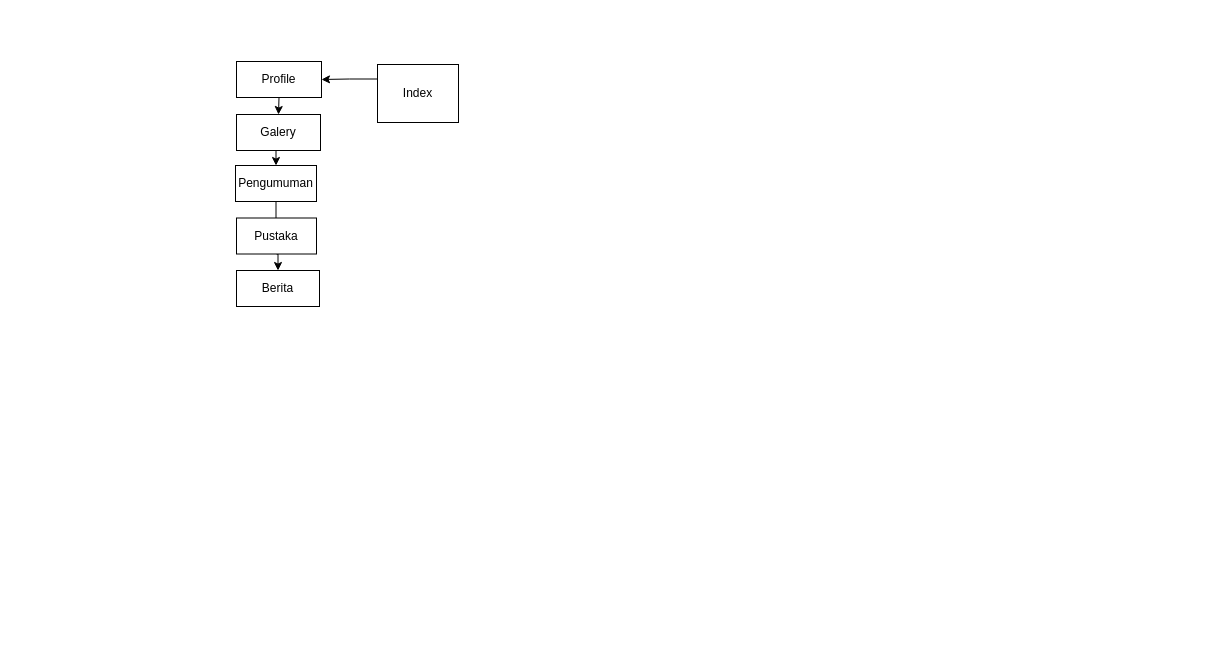
The draw.io diagram page "Page-1" (1 of 2) of Untitled Diagram.drawio in aldonicolaz/siakad-petrus, before the edit. Source tidied: cells renumbered, new cells numbered last; positions are measured from the earlier drawing's top-left corner, leaving out a move shared by most shapes. Both pictures are drawn from the tidied source at 100%, with x=0, y=0 at pixel (235, 61).
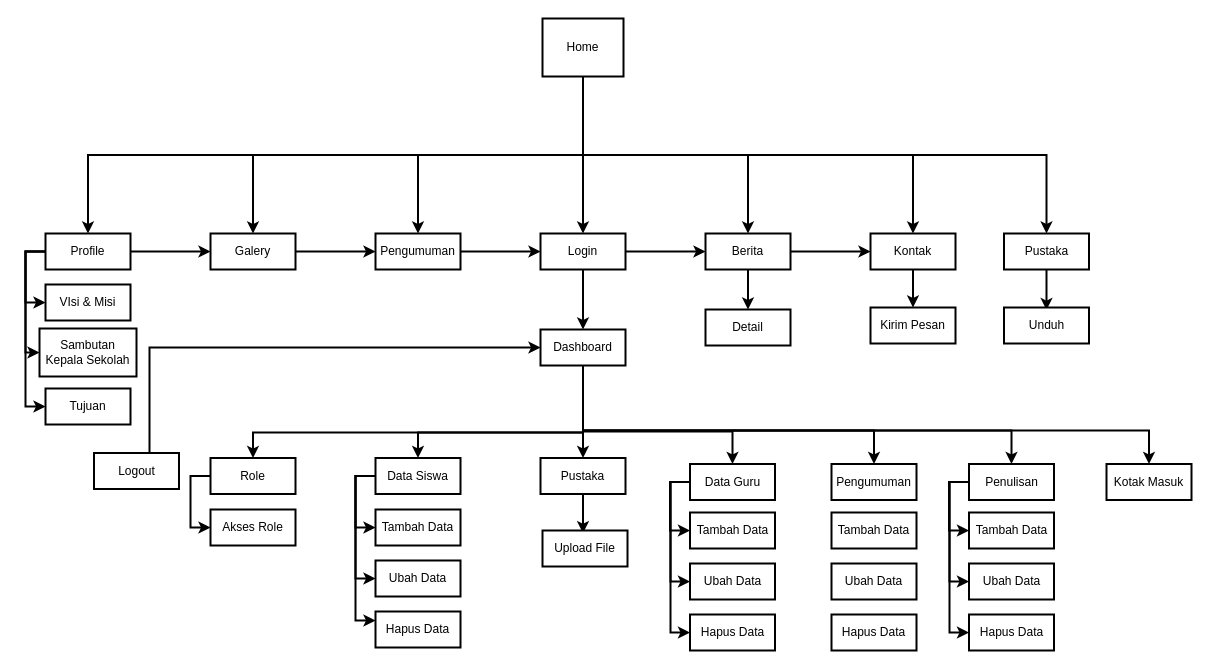
The same page after the edit.

Diff of the diagram source:
```diff
@@
-    <mxCell id="2" style="edgeStyle=orthogonalEdgeStyle;rounded=0;jettySize=auto;html=1;exitX=0;exitY=0.25;exitDx=0;exitDy=0;entryX=1;entryY=0.5;entryDx=0;entryDy=0;" parent="1" edge="1" source="3" target="5">
+    <mxCell id="2" style="edgeStyle=orthogonalEdgeStyle;rounded=0;jettySize=auto;html=1;entryX=0.5;entryY=0;entryDx=0;entryDy=0;exitX=0.5;exitY=1;exitDx=0;exitDy=0;strokeWidth=2;" parent="1" edge="1" source="3" target="5">
       <mxGeometry relative="1" as="geometry" />
     </mxCell>
+    <mxCell id="13" style="edgeStyle=orthogonalEdgeStyle;rounded=0;jettySize=auto;html=1;exitX=0.5;exitY=1;exitDx=0;exitDy=0;strokeWidth=2;" parent="1" edge="1" source="3" target="7">
+      <mxGeometry relative="1" as="geometry" />
+    </mxCell>
+    <mxCell id="14" style="edgeStyle=orthogonalEdgeStyle;rounded=0;jettySize=auto;html=1;entryX=0.5;entryY=0;entryDx=0;entryDy=0;exitX=0.5;exitY=1;exitDx=0;exitDy=0;strokeWidth=2;" parent="1" edge="1" source="3" target="24">
+      <mxGeometry relative="1" as="geometry" />
+    </mxCell>
+    <mxCell id="15" style="edgeStyle=orthogonalEdgeStyle;rounded=0;jettySize=auto;html=1;exitX=0.5;exitY=1;exitDx=0;exitDy=0;strokeWidth=2;" parent="1" edge="1" source="3" target="12">
+      <mxGeometry relative="1" as="geometry" />
+    </mxCell>
+    <mxCell id="16" style="edgeStyle=orthogonalEdgeStyle;rounded=0;jettySize=auto;html=1;exitX=0.5;exitY=1;exitDx=0;exitDy=0;strokeWidth=2;" parent="1" edge="1" source="3" target="36">
+      <mxGeometry relative="1" as="geometry" />
+    </mxCell>
+    <mxCell id="17" style="edgeStyle=orthogonalEdgeStyle;rounded=0;jettySize=auto;html=1;entryX=0.5;entryY=0;entryDx=0;entryDy=0;exitX=0.5;exitY=1;exitDx=0;exitDy=0;strokeWidth=2;" parent="1" edge="1" source="3" target="38">
+      <mxGeometry relative="1" as="geometry" />
+    </mxCell>
+    <mxCell id="18" style="edgeStyle=orthogonalEdgeStyle;rounded=0;jettySize=auto;html=1;strokeWidth=2;" parent="1" edge="1" source="3" target="80">
+      <mxGeometry relative="1" as="geometry" />
+    </mxCell>
-    <mxCell id="3" value="Index" style="rounded=0;whiteSpace=wrap;html=1;" parent="1" vertex="1">
-      <mxGeometry x="142" y="3" width="81" height="58" as="geometry" />
+    <mxCell id="3" value="Home" style="rounded=0;whiteSpace=wrap;html=1;strokeWidth=2;" parent="1" vertex="1">
+      <mxGeometry x="307" y="-43" width="81" height="58" as="geometry" />
     </mxCell>
-    <mxCell id="4" style="edgeStyle=orthogonalEdgeStyle;rounded=0;jettySize=auto;html=1;exitX=0.5;exitY=1;exitDx=0;exitDy=0;entryX=0.5;entryY=0;entryDx=0;entryDy=0;" parent="1" edge="1" source="5" target="7">
+    <mxCell id="4" style="edgeStyle=orthogonalEdgeStyle;rounded=0;jettySize=auto;html=1;entryX=0;entryY=0.5;entryDx=0;entryDy=0;strokeWidth=2;" parent="1" edge="1" source="5" target="7">
       <mxGeometry relative="1" as="geometry" />
     </mxCell>
+    <mxCell id="19" style="edgeStyle=orthogonalEdgeStyle;rounded=0;jettySize=auto;html=1;entryX=0;entryY=0.5;entryDx=0;entryDy=0;exitX=0;exitY=0.5;exitDx=0;exitDy=0;strokeWidth=2;" parent="1" edge="1" source="5" target="39">
+      <mxGeometry relative="1" as="geometry" />
+    </mxCell>
+    <mxCell id="20" style="edgeStyle=orthogonalEdgeStyle;rounded=0;jettySize=auto;html=1;exitX=0;exitY=0.5;exitDx=0;exitDy=0;entryX=0;entryY=0.5;entryDx=0;entryDy=0;strokeWidth=2;" parent="1" edge="1" source="5" target="40">
+      <mxGeometry relative="1" as="geometry" />
+    </mxCell>
+    <mxCell id="21" style="edgeStyle=orthogonalEdgeStyle;rounded=0;jettySize=auto;html=1;exitX=0;exitY=0.5;exitDx=0;exitDy=0;entryX=0;entryY=0.5;entryDx=0;entryDy=0;strokeWidth=2;" parent="1" edge="1" source="5" target="41">
+      <mxGeometry relative="1" as="geometry" />
+    </mxCell>
-    <mxCell id="5" value="Profile" style="rounded=0;whiteSpace=wrap;html=1;" parent="1" vertex="1">
-      <mxGeometry x="1" width="85" height="36" as="geometry" />
+    <mxCell id="5" value="Profile" style="rounded=0;whiteSpace=wrap;html=1;strokeWidth=2;" parent="1" vertex="1">
+      <mxGeometry x="-190" y="172" width="85" height="36" as="geometry" />
     </mxCell>
-    <mxCell id="6" style="edgeStyle=orthogonalEdgeStyle;rounded=0;jettySize=auto;html=1;exitX=0.5;exitY=1;exitDx=0;exitDy=0;entryX=0.5;entryY=0;entryDx=0;entryDy=0;" parent="1" edge="1" source="7" target="9">
-      <mxGeometry relative="1" as="geometry" />
-    </mxCell>
+    <mxCell id="22" style="edgeStyle=orthogonalEdgeStyle;rounded=0;jettySize=auto;html=1;strokeWidth=2;" parent="1" edge="1" source="7" target="24">
+      <mxGeometry relative="1" as="geometry" />
+    </mxCell>
-    <mxCell id="7" value="Galery" style="rounded=0;whiteSpace=wrap;html=1;" parent="1" vertex="1">
-      <mxGeometry x="1" y="53" width="84" height="36" as="geometry" />
+    <mxCell id="7" value="Galery" style="rounded=0;whiteSpace=wrap;html=1;strokeWidth=2;" parent="1" vertex="1">
+      <mxGeometry x="-25" y="172" width="85" height="36" as="geometry" />
     </mxCell>
-    <mxCell id="8" style="edgeStyle=orthogonalEdgeStyle;rounded=0;jettySize=auto;html=1;exitX=0.5;exitY=1;exitDx=0;exitDy=0;" parent="1" edge="1" source="9" target="11">
-      <mxGeometry relative="1" as="geometry" />
-    </mxCell>
-    <mxCell id="9" value="Pengumuman" style="rounded=0;whiteSpace=wrap;html=1;" parent="1" vertex="1">
-      <mxGeometry y="104" width="81" height="36" as="geometry" />
-    </mxCell>
-    <mxCell id="10" style="edgeStyle=orthogonalEdgeStyle;rounded=0;jettySize=auto;html=1;exitX=0.5;exitY=1;exitDx=0;exitDy=0;entryX=0.5;entryY=0;entryDx=0;entryDy=0;" parent="1" edge="1" source="11" target="12">
-      <mxGeometry relative="1" as="geometry" />
-    </mxCell>
-    <mxCell id="11" value="Pustaka" style="rounded=0;whiteSpace=wrap;html=1;" parent="1" vertex="1">
-      <mxGeometry x="1" y="156.5" width="80" height="36" as="geometry" />
-    </mxCell>
+    <mxCell id="23" style="edgeStyle=orthogonalEdgeStyle;rounded=0;jettySize=auto;html=1;entryX=0;entryY=0.5;entryDx=0;entryDy=0;strokeWidth=2;" parent="1" edge="1" source="24" target="80">
+      <mxGeometry relative="1" as="geometry" />
+    </mxCell>
+    <mxCell id="24" value="Pengumuman" style="rounded=0;whiteSpace=wrap;html=1;strokeWidth=2;" parent="1" vertex="1">
+      <mxGeometry x="140" y="172" width="85" height="36" as="geometry" />
+    </mxCell>
+    <mxCell id="25" style="edgeStyle=orthogonalEdgeStyle;rounded=0;jettySize=auto;html=1;entryX=0.5;entryY=0;entryDx=0;entryDy=0;strokeWidth=2;" parent="1" edge="1" source="32" target="48">
+      <mxGeometry relative="1" as="geometry">
+        <Array as="points">
+          <mxPoint x="348" y="371" />
+          <mxPoint x="18" y="371" />
+        </Array>
+      </mxGeometry>
+    </mxCell>
+    <mxCell id="26" style="edgeStyle=orthogonalEdgeStyle;rounded=0;jettySize=auto;html=1;entryX=0.5;entryY=0;entryDx=0;entryDy=0;strokeWidth=2;" parent="1" edge="1" source="32" target="52">
+      <mxGeometry relative="1" as="geometry">
+        <Array as="points">
+          <mxPoint x="348" y="371" />
+          <mxPoint x="183" y="371" />
+        </Array>
+      </mxGeometry>
+    </mxCell>
+    <mxCell id="27" style="edgeStyle=orthogonalEdgeStyle;rounded=0;jettySize=auto;html=1;strokeWidth=2;" parent="1" edge="1" source="32" target="54">
+      <mxGeometry relative="1" as="geometry" />
+    </mxCell>
+    <mxCell id="28" style="edgeStyle=orthogonalEdgeStyle;rounded=0;jettySize=auto;html=1;strokeWidth=2;" parent="1" edge="1" source="32" target="58">
+      <mxGeometry relative="1" as="geometry">
+        <Array as="points">
+          <mxPoint x="348" y="370" />
+          <mxPoint x="497" y="370" />
+        </Array>
+      </mxGeometry>
+    </mxCell>
+    <mxCell id="29" style="edgeStyle=orthogonalEdgeStyle;rounded=0;jettySize=auto;html=1;entryX=0.5;entryY=0;entryDx=0;entryDy=0;strokeWidth=2;" parent="1" edge="1" source="32" target="59">
+      <mxGeometry relative="1" as="geometry">
+        <Array as="points">
+          <mxPoint x="348" y="369" />
+          <mxPoint x="639" y="369" />
+        </Array>
+      </mxGeometry>
+    </mxCell>
+    <mxCell id="30" style="edgeStyle=orthogonalEdgeStyle;rounded=0;jettySize=auto;html=1;entryX=0.5;entryY=0;entryDx=0;entryDy=0;strokeWidth=2;" parent="1" edge="1" source="32" target="63">
+      <mxGeometry relative="1" as="geometry">
+        <Array as="points">
+          <mxPoint x="348" y="369" />
+          <mxPoint x="776" y="369" />
+        </Array>
+      </mxGeometry>
+    </mxCell>
+    <mxCell id="31" style="edgeStyle=orthogonalEdgeStyle;rounded=0;jettySize=auto;html=1;entryX=0.5;entryY=0;entryDx=0;entryDy=0;strokeWidth=2;" parent="1" edge="1" source="32" target="64">
+      <mxGeometry relative="1" as="geometry">
+        <Array as="points">
+          <mxPoint x="348" y="369" />
+          <mxPoint x="914" y="369" />
+        </Array>
+      </mxGeometry>
+    </mxCell>
+    <mxCell id="32" value="Dashboard" style="rounded=0;whiteSpace=wrap;html=1;strokeWidth=2;" parent="1" vertex="1">
+      <mxGeometry x="305" y="268" width="85" height="36" as="geometry" />
+    </mxCell>
+    <mxCell id="33" style="edgeStyle=orthogonalEdgeStyle;rounded=0;jettySize=auto;html=1;strokeWidth=2;" parent="1" edge="1" source="12" target="36">
+      <mxGeometry relative="1" as="geometry" />
+    </mxCell>
+    <mxCell id="34" style="edgeStyle=orthogonalEdgeStyle;rounded=0;jettySize=auto;html=1;strokeWidth=2;" parent="1" edge="1" source="12" target="43">
+      <mxGeometry relative="1" as="geometry" />
+    </mxCell>
-    <mxCell id="12" value="Berita" style="rounded=0;whiteSpace=wrap;html=1;" parent="1" vertex="1">
-      <mxGeometry x="1" y="209" width="83" height="36" as="geometry" />
+    <mxCell id="12" value="Berita" style="rounded=0;whiteSpace=wrap;html=1;strokeWidth=2;" parent="1" vertex="1">
+      <mxGeometry x="470" y="172" width="85" height="36" as="geometry" />
     </mxCell>
+    <mxCell id="35" style="edgeStyle=orthogonalEdgeStyle;rounded=0;jettySize=auto;html=1;entryX=0.5;entryY=0;entryDx=0;entryDy=0;strokeWidth=2;" parent="1" edge="1" source="36" target="44">
+      <mxGeometry relative="1" as="geometry" />
+    </mxCell>
+    <mxCell id="36" value="Kontak" style="rounded=0;whiteSpace=wrap;html=1;strokeWidth=2;" parent="1" vertex="1">
+      <mxGeometry x="635" y="172" width="85" height="36" as="geometry" />
+    </mxCell>
+    <mxCell id="37" style="edgeStyle=orthogonalEdgeStyle;rounded=0;jettySize=auto;html=1;strokeWidth=2;" parent="1" edge="1" source="38">
+      <mxGeometry relative="1" as="geometry">
+        <mxPoint x="811" y="248.6" as="targetPoint" />
+      </mxGeometry>
+    </mxCell>
+    <mxCell id="38" value="Pustaka" style="rounded=0;whiteSpace=wrap;html=1;strokeWidth=2;" parent="1" vertex="1">
+      <mxGeometry x="768.5" y="172" width="85" height="36" as="geometry" />
+    </mxCell>
+    <mxCell id="39" value="VIsi &amp;amp; Misi" style="rounded=0;whiteSpace=wrap;html=1;strokeWidth=2;" parent="1" vertex="1">
+      <mxGeometry x="-190" y="223" width="85" height="36" as="geometry" />
+    </mxCell>
+    <mxCell id="40" value="Sambutan Kepala Sekolah" style="rounded=0;whiteSpace=wrap;html=1;strokeWidth=2;" parent="1" vertex="1">
+      <mxGeometry x="-196" y="267" width="97" height="48" as="geometry" />
+    </mxCell>
+    <mxCell id="41" value="Tujuan" style="rounded=0;whiteSpace=wrap;html=1;strokeWidth=2;" parent="1" vertex="1">
+      <mxGeometry x="-190" y="327" width="85" height="36" as="geometry" />
+    </mxCell>
+    <mxCell id="42" value="Unduh" style="rounded=0;whiteSpace=wrap;html=1;strokeWidth=2;" parent="1" vertex="1">
+      <mxGeometry x="768.5" y="246" width="85" height="36" as="geometry" />
+    </mxCell>
+    <mxCell id="43" value="Detail" style="rounded=0;whiteSpace=wrap;html=1;strokeWidth=2;" parent="1" vertex="1">
+      <mxGeometry x="470" y="248" width="85" height="36" as="geometry" />
+    </mxCell>
+    <mxCell id="44" value="Kirim Pesan" style="rounded=0;whiteSpace=wrap;html=1;strokeWidth=2;" parent="1" vertex="1">
+      <mxGeometry x="635" y="246" width="85" height="36" as="geometry" />
+    </mxCell>
+    <mxCell id="45" style="edgeStyle=orthogonalEdgeStyle;rounded=0;jettySize=auto;html=1;entryX=0;entryY=0.5;entryDx=0;entryDy=0;strokeWidth=2;" parent="1" edge="1" source="46" target="32">
+      <mxGeometry relative="1" as="geometry">
+        <Array as="points">
+          <mxPoint x="-86" y="286" />
+        </Array>
+      </mxGeometry>
+    </mxCell>
+    <mxCell id="46" value="Logout" style="rounded=0;whiteSpace=wrap;html=1;strokeWidth=2;" parent="1" vertex="1">
+      <mxGeometry x="-141.5" y="391.5" width="85" height="36" as="geometry" />
+    </mxCell>
+    <mxCell id="47" style="edgeStyle=orthogonalEdgeStyle;rounded=0;jettySize=auto;html=1;entryX=0;entryY=0.5;entryDx=0;entryDy=0;strokeWidth=2;exitX=0;exitY=0.5;exitDx=0;exitDy=0;" parent="1" edge="1" source="48" target="65">
+      <mxGeometry relative="1" as="geometry" />
+    </mxCell>
+    <mxCell id="48" value="Role" style="rounded=0;whiteSpace=wrap;html=1;strokeWidth=2;" parent="1" vertex="1">
+      <mxGeometry x="-25" y="396.5" width="85" height="36" as="geometry" />
+    </mxCell>
+    <mxCell id="49" style="edgeStyle=orthogonalEdgeStyle;rounded=0;jettySize=auto;html=1;entryX=0;entryY=0.5;entryDx=0;entryDy=0;exitX=0;exitY=0.5;exitDx=0;exitDy=0;strokeWidth=2;" parent="1" edge="1" source="52" target="66">
+      <mxGeometry relative="1" as="geometry" />
+    </mxCell>
+    <mxCell id="50" style="edgeStyle=orthogonalEdgeStyle;rounded=0;jettySize=auto;html=1;entryX=0;entryY=0.5;entryDx=0;entryDy=0;strokeWidth=2;" parent="1" edge="1" source="52" target="67">
+      <mxGeometry relative="1" as="geometry">
+        <Array as="points">
+          <mxPoint x="120" y="415" />
+          <mxPoint x="120" y="517" />
+        </Array>
+      </mxGeometry>
+    </mxCell>
+    <mxCell id="51" style="edgeStyle=orthogonalEdgeStyle;rounded=0;jettySize=auto;html=1;entryX=0;entryY=0.25;entryDx=0;entryDy=0;strokeWidth=2;" parent="1" edge="1" source="52" target="68">
+      <mxGeometry relative="1" as="geometry">
+        <Array as="points">
+          <mxPoint x="120" y="415" />
+          <mxPoint x="120" y="559" />
+        </Array>
+      </mxGeometry>
+    </mxCell>
+    <mxCell id="52" value="Data Siswa" style="rounded=0;whiteSpace=wrap;html=1;strokeWidth=2;" parent="1" vertex="1">
+      <mxGeometry x="140" y="396.5" width="85" height="36" as="geometry" />
+    </mxCell>
+    <mxCell id="53" style="edgeStyle=orthogonalEdgeStyle;rounded=0;jettySize=auto;html=1;strokeWidth=2;" parent="1" edge="1" source="54">
+      <mxGeometry relative="1" as="geometry">
+        <mxPoint x="347.5" y="471.7" as="targetPoint" />
+      </mxGeometry>
+    </mxCell>
+    <mxCell id="54" value="Pustaka" style="rounded=0;whiteSpace=wrap;html=1;strokeWidth=2;" parent="1" vertex="1">
+      <mxGeometry x="305" y="396.5" width="85" height="36" as="geometry" />
+    </mxCell>
+    <mxCell id="55" style="edgeStyle=orthogonalEdgeStyle;rounded=0;jettySize=auto;html=1;entryX=0;entryY=0.5;entryDx=0;entryDy=0;exitX=0;exitY=0.5;exitDx=0;exitDy=0;strokeWidth=2;" parent="1" edge="1" source="58" target="69">
+      <mxGeometry relative="1" as="geometry" />
+    </mxCell>
+    <mxCell id="56" style="edgeStyle=orthogonalEdgeStyle;rounded=0;jettySize=auto;html=1;entryX=0;entryY=0.5;entryDx=0;entryDy=0;strokeWidth=2;" parent="1" edge="1" source="58" target="70">
+      <mxGeometry relative="1" as="geometry">
+        <Array as="points">
+          <mxPoint x="435" y="421" />
+          <mxPoint x="435" y="520" />
+        </Array>
+      </mxGeometry>
+    </mxCell>
+    <mxCell id="57" style="edgeStyle=orthogonalEdgeStyle;rounded=0;jettySize=auto;html=1;entryX=0;entryY=0.5;entryDx=0;entryDy=0;strokeWidth=2;" parent="1" edge="1" source="58" target="71">
+      <mxGeometry relative="1" as="geometry">
+        <Array as="points">
+          <mxPoint x="435" y="421" />
+          <mxPoint x="435" y="571" />
+        </Array>
+      </mxGeometry>
+    </mxCell>
+    <mxCell id="58" value="Data Guru" style="rounded=0;whiteSpace=wrap;html=1;strokeWidth=2;" parent="1" vertex="1">
+      <mxGeometry x="454.5" y="402.5" width="85" height="36" as="geometry" />
+    </mxCell>
+    <mxCell id="59" value="Pengumuman" style="rounded=0;whiteSpace=wrap;html=1;strokeWidth=2;" parent="1" vertex="1">
+      <mxGeometry x="596" y="402.5" width="85" height="36" as="geometry" />
+    </mxCell>
+    <mxCell id="60" style="edgeStyle=orthogonalEdgeStyle;rounded=0;jettySize=auto;html=1;entryX=0;entryY=0.5;entryDx=0;entryDy=0;exitX=0;exitY=0.5;exitDx=0;exitDy=0;strokeWidth=2;" parent="1" edge="1" source="63" target="75">
+      <mxGeometry relative="1" as="geometry" />
+    </mxCell>
+    <mxCell id="61" style="edgeStyle=orthogonalEdgeStyle;rounded=0;jettySize=auto;html=1;entryX=0;entryY=0.5;entryDx=0;entryDy=0;strokeWidth=2;" parent="1" edge="1" source="63" target="76">
+      <mxGeometry relative="1" as="geometry">
+        <Array as="points">
+          <mxPoint x="714" y="421" />
+          <mxPoint x="714" y="520" />
+        </Array>
+      </mxGeometry>
+    </mxCell>
+    <mxCell id="62" style="edgeStyle=orthogonalEdgeStyle;rounded=0;jettySize=auto;html=1;entryX=0;entryY=0.5;entryDx=0;entryDy=0;strokeWidth=2;" parent="1" edge="1" source="63" target="77">
+      <mxGeometry relative="1" as="geometry">
+        <Array as="points">
+          <mxPoint x="714" y="421" />
+          <mxPoint x="714" y="571" />
+        </Array>
+      </mxGeometry>
+    </mxCell>
+    <mxCell id="63" value="Penulisan" style="rounded=0;whiteSpace=wrap;html=1;strokeWidth=2;" parent="1" vertex="1">
+      <mxGeometry x="733.5" y="402.5" width="85" height="36" as="geometry" />
+    </mxCell>
+    <mxCell id="64" value="Kotak Masuk" style="rounded=0;whiteSpace=wrap;html=1;strokeWidth=2;" parent="1" vertex="1">
+      <mxGeometry x="871" y="402.5" width="85" height="36" as="geometry" />
+    </mxCell>
+    <mxCell id="65" value="Akses Role" style="rounded=0;whiteSpace=wrap;html=1;strokeWidth=2;" parent="1" vertex="1">
+      <mxGeometry x="-25" y="448" width="85" height="36" as="geometry" />
+    </mxCell>
+    <mxCell id="66" value="Tambah Data" style="rounded=0;whiteSpace=wrap;html=1;strokeWidth=2;" parent="1" vertex="1">
+      <mxGeometry x="140" y="448" width="85" height="36" as="geometry" />
+    </mxCell>
+    <mxCell id="67" value="Ubah Data" style="rounded=0;whiteSpace=wrap;html=1;strokeWidth=2;" parent="1" vertex="1">
+      <mxGeometry x="140" y="499" width="85" height="36" as="geometry" />
+    </mxCell>
+    <mxCell id="68" value="Hapus Data" style="rounded=0;whiteSpace=wrap;html=1;strokeWidth=2;" parent="1" vertex="1">
+      <mxGeometry x="140" y="550" width="85" height="36" as="geometry" />
+    </mxCell>
+    <mxCell id="69" value="Tambah Data" style="rounded=0;whiteSpace=wrap;html=1;strokeWidth=2;" parent="1" vertex="1">
+      <mxGeometry x="454.5" y="451" width="85" height="36" as="geometry" />
+    </mxCell>
+    <mxCell id="70" value="Ubah Data" style="rounded=0;whiteSpace=wrap;html=1;strokeWidth=2;" parent="1" vertex="1">
+      <mxGeometry x="454.5" y="502" width="85" height="36" as="geometry" />
+    </mxCell>
+    <mxCell id="71" value="Hapus Data" style="rounded=0;whiteSpace=wrap;html=1;strokeWidth=2;" parent="1" vertex="1">
+      <mxGeometry x="454.5" y="553" width="85" height="36" as="geometry" />
+    </mxCell>
+    <mxCell id="72" value="Tambah Data" style="rounded=0;whiteSpace=wrap;html=1;strokeWidth=2;" parent="1" vertex="1">
+      <mxGeometry x="596" y="451" width="85" height="36" as="geometry" />
+    </mxCell>
+    <mxCell id="73" value="Ubah Data" style="rounded=0;whiteSpace=wrap;html=1;strokeWidth=2;" parent="1" vertex="1">
+      <mxGeometry x="596" y="502" width="85" height="36" as="geometry" />
+    </mxCell>
+    <mxCell id="74" value="Hapus Data" style="rounded=0;whiteSpace=wrap;html=1;strokeWidth=2;" parent="1" vertex="1">
+      <mxGeometry x="596" y="553" width="85" height="36" as="geometry" />
+    </mxCell>
+    <mxCell id="75" value="Tambah Data" style="rounded=0;whiteSpace=wrap;html=1;strokeWidth=2;" parent="1" vertex="1">
+      <mxGeometry x="733.5" y="451" width="85" height="36" as="geometry" />
+    </mxCell>
+    <mxCell id="76" value="Ubah Data" style="rounded=0;whiteSpace=wrap;html=1;strokeWidth=2;" parent="1" vertex="1">
+      <mxGeometry x="733.5" y="502" width="85" height="36" as="geometry" />
+    </mxCell>
+    <mxCell id="77" value="Hapus Data" style="rounded=0;whiteSpace=wrap;html=1;strokeWidth=2;" parent="1" vertex="1">
+      <mxGeometry x="733.5" y="553" width="85" height="36" as="geometry" />
+    </mxCell>
+    <mxCell id="78" style="edgeStyle=orthogonalEdgeStyle;rounded=0;jettySize=auto;html=1;entryX=0;entryY=0.5;entryDx=0;entryDy=0;strokeWidth=2;" parent="1" edge="1" source="80" target="12">
+      <mxGeometry relative="1" as="geometry" />
+    </mxCell>
+    <mxCell id="79" style="edgeStyle=orthogonalEdgeStyle;rounded=0;jettySize=auto;html=1;entryX=0.5;entryY=0;entryDx=0;entryDy=0;strokeWidth=2;" parent="1" edge="1" source="80" target="32">
+      <mxGeometry relative="1" as="geometry" />
+    </mxCell>
+    <mxCell id="80" value="Login" style="rounded=0;whiteSpace=wrap;html=1;strokeWidth=2;" parent="1" vertex="1">
+      <mxGeometry x="305" y="172" width="85" height="36" as="geometry" />
+    </mxCell>
+    <mxCell id="81" value="Upload File" style="rounded=0;whiteSpace=wrap;html=1;strokeWidth=2;" parent="1" vertex="1">
+      <mxGeometry x="307" y="469" width="85" height="36" as="geometry" />
+    </mxCell>
```
